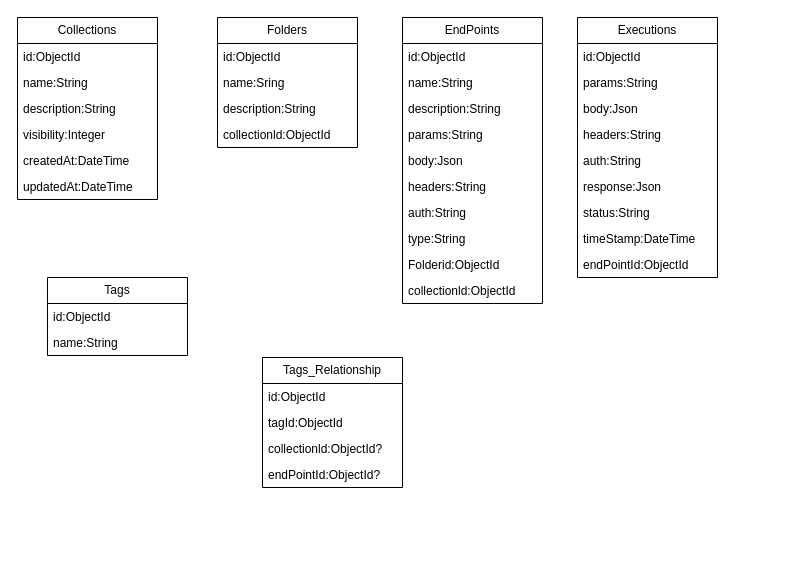
FatecFranca/DSM-P3-G07-2025-1 keeps this draw.io diagram as docs/diagrama.drawio. Above is the earlier version. Source tidied: cells renumbered, new cells numbered last; positions are measured from the earlier drawing's top-left corner, leaving out a move shared by most shapes. Both pictures are drawn from the tidied source at 100%, with x=0, y=0 at pixel (17, 17).
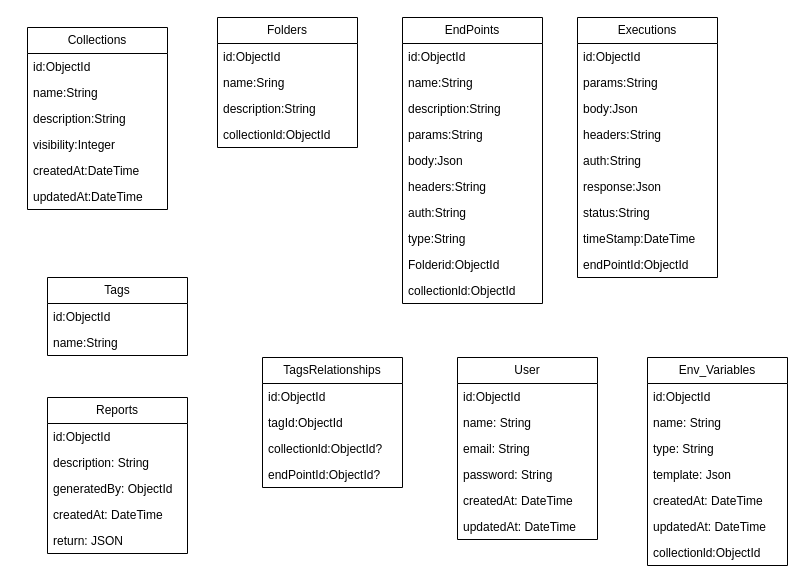
After the change.

Commit message:
🗃️ raw: Add more fields in the diagram of the project

The edit, as a diff of the source:
```diff
@@
-    <mxCell id="2" value="Collections" style="swimlane;fontStyle=0;horizontal=1;startSize=26;fillColor=none;whiteSpace=wrap;html=1;" parent="1" vertex="1">
-      <mxGeometry width="140" height="182" as="geometry" />
+    <mxCell id="2" value="Reports" style="swimlane;fontStyle=0;horizontal=1;startSize=26;fillColor=none;whiteSpace=wrap;html=1;" parent="1" vertex="1">
+      <mxGeometry x="30" y="380" width="140" height="156" as="geometry" />
     </mxCell>
@@
-    <mxCell id="4" value="name:String" style="text;strokeColor=none;fillColor=none;align=left;verticalAlign=top;spacingLeft=4;spacingRight=4;overflow=hidden;whiteSpace=wrap;html=1;" parent="2" vertex="1">
+    <mxCell id="4" value="description: String" style="text;strokeColor=none;fillColor=none;align=left;verticalAlign=top;spacingLeft=4;spacingRight=4;overflow=hidden;whiteSpace=wrap;html=1;" parent="2" vertex="1">
       <mxGeometry y="52" width="140" height="26" as="geometry" />
     </mxCell>
-    <mxCell id="5" value="description:String" style="text;strokeColor=none;fillColor=none;align=left;verticalAlign=top;spacingLeft=4;spacingRight=4;overflow=hidden;whiteSpace=wrap;html=1;" parent="2" vertex="1">
+    <mxCell id="5" value="generatedBy: ObjectId" style="text;strokeColor=none;fillColor=none;align=left;verticalAlign=top;spacingLeft=4;spacingRight=4;overflow=hidden;whiteSpace=wrap;html=1;" parent="2" vertex="1">
       <mxGeometry y="78" width="140" height="26" as="geometry" />
     </mxCell>
-    <mxCell id="6" value="visibility:Integer" style="text;strokeColor=none;fillColor=none;align=left;verticalAlign=top;spacingLeft=4;spacingRight=4;overflow=hidden;whiteSpace=wrap;html=1;" parent="2" vertex="1">
+    <mxCell id="6" value="createdAt: DateTime" style="text;strokeColor=none;fillColor=none;align=left;verticalAlign=top;spacingLeft=4;spacingRight=4;overflow=hidden;whiteSpace=wrap;html=1;" parent="2" vertex="1">
       <mxGeometry y="104" width="140" height="26" as="geometry" />
     </mxCell>
-    <mxCell id="7" value="createdAt:DateTime" style="text;strokeColor=none;fillColor=none;align=left;verticalAlign=top;spacingLeft=4;spacingRight=4;overflow=hidden;whiteSpace=wrap;html=1;" parent="2" vertex="1">
+    <mxCell id="7" value="return: JSON&amp;nbsp;" style="text;strokeColor=none;fillColor=none;align=left;verticalAlign=top;spacingLeft=4;spacingRight=4;overflow=hidden;whiteSpace=wrap;html=1;" parent="2" vertex="1">
       <mxGeometry y="130" width="140" height="26" as="geometry" />
     </mxCell>
-    <mxCell id="8" value="updatedAt:DateTime" style="text;strokeColor=none;fillColor=none;align=left;verticalAlign=top;spacingLeft=4;spacingRight=4;overflow=hidden;whiteSpace=wrap;html=1;" parent="2" vertex="1">
-      <mxGeometry y="156" width="140" height="26" as="geometry" />
-    </mxCell>
@@
-    <mxCell id="38" value="Tags_Relationship" style="swimlane;fontStyle=0;horizontal=1;startSize=26;fillColor=none;whiteSpace=wrap;html=1;" parent="1" vertex="1">
+    <mxCell id="38" value="TagsRelationships" style="swimlane;fontStyle=0;horizontal=1;startSize=26;fillColor=none;whiteSpace=wrap;html=1;" parent="1" vertex="1">
       <mxGeometry x="245" y="340" width="140" height="130" as="geometry" />
     </mxCell>
@@
+    <mxCell id="43" value="User" style="swimlane;fontStyle=0;horizontal=1;startSize=26;fillColor=none;whiteSpace=wrap;html=1;" parent="1" vertex="1">
+      <mxGeometry x="440" y="340" width="140" height="182" as="geometry" />
+    </mxCell>
+    <mxCell id="44" value="id:ObjectId&lt;div&gt;&lt;br style=&quot;color: rgb(63, 63, 63);&quot;&gt;&lt;/div&gt;" style="text;strokeColor=none;fillColor=none;align=left;verticalAlign=top;spacingLeft=4;spacingRight=4;overflow=hidden;whiteSpace=wrap;html=1;" parent="43" vertex="1">
+      <mxGeometry y="26" width="140" height="26" as="geometry" />
+    </mxCell>
+    <mxCell id="45" value="name: String" style="text;strokeColor=none;fillColor=none;align=left;verticalAlign=top;spacingLeft=4;spacingRight=4;overflow=hidden;whiteSpace=wrap;html=1;" parent="43" vertex="1">
+      <mxGeometry y="52" width="140" height="26" as="geometry" />
+    </mxCell>
+    <mxCell id="46" value="&lt;span style=&quot;color: rgb(0, 0, 0);&quot;&gt;email: String&lt;/span&gt;" style="text;strokeColor=none;fillColor=none;align=left;verticalAlign=top;spacingLeft=4;spacingRight=4;overflow=hidden;whiteSpace=wrap;html=1;" parent="43" vertex="1">
+      <mxGeometry y="78" width="140" height="26" as="geometry" />
+    </mxCell>
+    <mxCell id="47" value="&lt;span style=&quot;color: rgb(0, 0, 0);&quot;&gt;password: String&lt;/span&gt;" style="text;strokeColor=none;fillColor=none;align=left;verticalAlign=top;spacingLeft=4;spacingRight=4;overflow=hidden;whiteSpace=wrap;html=1;" parent="43" vertex="1">
+      <mxGeometry y="104" width="140" height="26" as="geometry" />
+    </mxCell>
+    <mxCell id="48" value="&lt;span style=&quot;color: rgb(0, 0, 0);&quot;&gt;createdAt: DateTime&lt;/span&gt;" style="text;strokeColor=none;fillColor=none;align=left;verticalAlign=top;spacingLeft=4;spacingRight=4;overflow=hidden;whiteSpace=wrap;html=1;" parent="43" vertex="1">
+      <mxGeometry y="130" width="140" height="26" as="geometry" />
+    </mxCell>
+    <mxCell id="49" value="&lt;span style=&quot;color: rgb(0, 0, 0);&quot;&gt;updatedAt: DateTime&lt;/span&gt;" style="text;strokeColor=none;fillColor=none;align=left;verticalAlign=top;spacingLeft=4;spacingRight=4;overflow=hidden;whiteSpace=wrap;html=1;" parent="43" vertex="1">
+      <mxGeometry y="156" width="140" height="26" as="geometry" />
+    </mxCell>
+    <mxCell id="50" value="Env_Variables" style="swimlane;fontStyle=0;horizontal=1;startSize=26;fillColor=none;whiteSpace=wrap;html=1;" parent="1" vertex="1">
+      <mxGeometry x="630" y="340" width="140" height="208" as="geometry" />
+    </mxCell>
+    <mxCell id="51" value="id:ObjectId&lt;div&gt;&lt;br style=&quot;color: rgb(63, 63, 63);&quot;&gt;&lt;/div&gt;" style="text;strokeColor=none;fillColor=none;align=left;verticalAlign=top;spacingLeft=4;spacingRight=4;overflow=hidden;whiteSpace=wrap;html=1;" parent="50" vertex="1">
+      <mxGeometry y="26" width="140" height="26" as="geometry" />
+    </mxCell>
+    <mxCell id="52" value="name: String" style="text;strokeColor=none;fillColor=none;align=left;verticalAlign=top;spacingLeft=4;spacingRight=4;overflow=hidden;whiteSpace=wrap;html=1;" parent="50" vertex="1">
+      <mxGeometry y="52" width="140" height="26" as="geometry" />
+    </mxCell>
+    <mxCell id="53" value="type: String" style="text;strokeColor=none;fillColor=none;align=left;verticalAlign=top;spacingLeft=4;spacingRight=4;overflow=hidden;whiteSpace=wrap;html=1;" parent="50" vertex="1">
+      <mxGeometry y="78" width="140" height="26" as="geometry" />
+    </mxCell>
+    <mxCell id="54" value="&lt;span style=&quot;color: rgb(0, 0, 0);&quot;&gt;template: Json&lt;/span&gt;" style="text;strokeColor=none;fillColor=none;align=left;verticalAlign=top;spacingLeft=4;spacingRight=4;overflow=hidden;whiteSpace=wrap;html=1;" parent="50" vertex="1">
+      <mxGeometry y="104" width="140" height="26" as="geometry" />
+    </mxCell>
+    <mxCell id="55" value="&lt;span style=&quot;color: rgb(0, 0, 0);&quot;&gt;createdAt: DateTime&lt;/span&gt;" style="text;strokeColor=none;fillColor=none;align=left;verticalAlign=top;spacingLeft=4;spacingRight=4;overflow=hidden;whiteSpace=wrap;html=1;" parent="50" vertex="1">
+      <mxGeometry y="130" width="140" height="26" as="geometry" />
+    </mxCell>
+    <mxCell id="56" value="&lt;span style=&quot;color: rgb(0, 0, 0);&quot;&gt;updatedAt: DateTime&lt;/span&gt;" style="text;strokeColor=none;fillColor=none;align=left;verticalAlign=top;spacingLeft=4;spacingRight=4;overflow=hidden;whiteSpace=wrap;html=1;" parent="50" vertex="1">
+      <mxGeometry y="156" width="140" height="26" as="geometry" />
+    </mxCell>
+    <mxCell id="57" value="&lt;span style=&quot;color: rgb(0, 0, 0);&quot;&gt;collectionld:ObjectId&lt;/span&gt;" style="text;strokeColor=none;fillColor=none;align=left;verticalAlign=top;spacingLeft=4;spacingRight=4;overflow=hidden;whiteSpace=wrap;html=1;" parent="50" vertex="1">
+      <mxGeometry y="182" width="140" height="26" as="geometry" />
+    </mxCell>
+    <mxCell id="58" value="Collections" style="swimlane;fontStyle=0;horizontal=1;startSize=26;fillColor=none;whiteSpace=wrap;html=1;" parent="1" vertex="1">
+      <mxGeometry x="10" y="10" width="140" height="182" as="geometry" />
+    </mxCell>
+    <mxCell id="59" value="id:ObjectId&lt;div&gt;&lt;br&gt;&lt;/div&gt;" style="text;strokeColor=none;fillColor=none;align=left;verticalAlign=top;spacingLeft=4;spacingRight=4;overflow=hidden;whiteSpace=wrap;html=1;" parent="58" vertex="1">
+      <mxGeometry y="26" width="140" height="26" as="geometry" />
+    </mxCell>
+    <mxCell id="60" value="name:String" style="text;strokeColor=none;fillColor=none;align=left;verticalAlign=top;spacingLeft=4;spacingRight=4;overflow=hidden;whiteSpace=wrap;html=1;" parent="58" vertex="1">
+      <mxGeometry y="52" width="140" height="26" as="geometry" />
+    </mxCell>
+    <mxCell id="61" value="description:String" style="text;strokeColor=none;fillColor=none;align=left;verticalAlign=top;spacingLeft=4;spacingRight=4;overflow=hidden;whiteSpace=wrap;html=1;" parent="58" vertex="1">
+      <mxGeometry y="78" width="140" height="26" as="geometry" />
+    </mxCell>
+    <mxCell id="62" value="visibility:Integer" style="text;strokeColor=none;fillColor=none;align=left;verticalAlign=top;spacingLeft=4;spacingRight=4;overflow=hidden;whiteSpace=wrap;html=1;" parent="58" vertex="1">
+      <mxGeometry y="104" width="140" height="26" as="geometry" />
+    </mxCell>
+    <mxCell id="63" value="createdAt:DateTime" style="text;strokeColor=none;fillColor=none;align=left;verticalAlign=top;spacingLeft=4;spacingRight=4;overflow=hidden;whiteSpace=wrap;html=1;" parent="58" vertex="1">
+      <mxGeometry y="130" width="140" height="26" as="geometry" />
+    </mxCell>
+    <mxCell id="8" value="updatedAt:DateTime" style="text;strokeColor=none;fillColor=none;align=left;verticalAlign=top;spacingLeft=4;spacingRight=4;overflow=hidden;whiteSpace=wrap;html=1;" parent="58" vertex="1">
+      <mxGeometry y="156" width="140" height="26" as="geometry" />
+    </mxCell>
```
